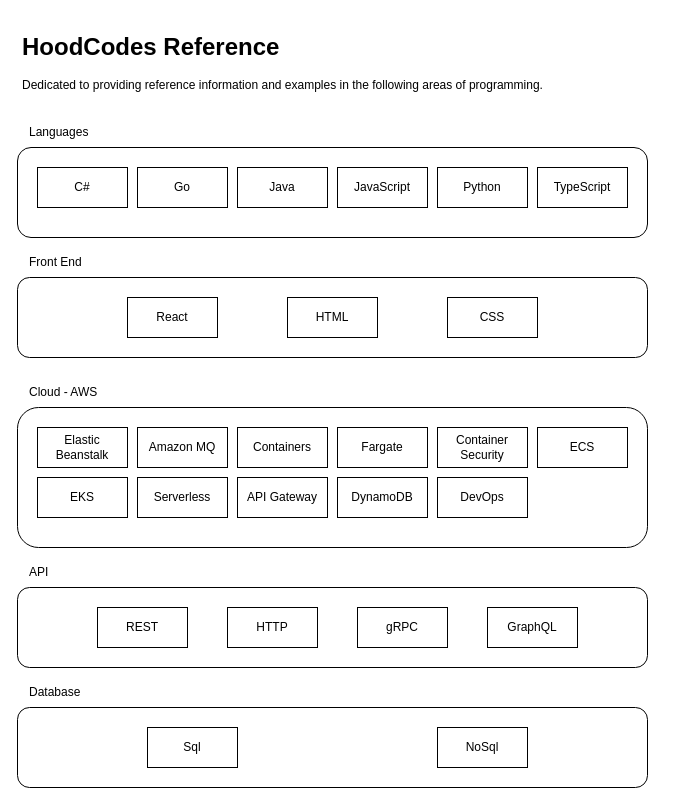
Above: assets/Topics.drawio in hoodcodes/hoodcodes.github.io (draw.io), before the change. Source tidied: cells renumbered, new cells numbered last; positions are measured from the earlier drawing's top-left corner, leaving out a move shared by most shapes. Both pictures are drawn from the tidied source at 100%, with x=0, y=0 at pixel (17, 27).
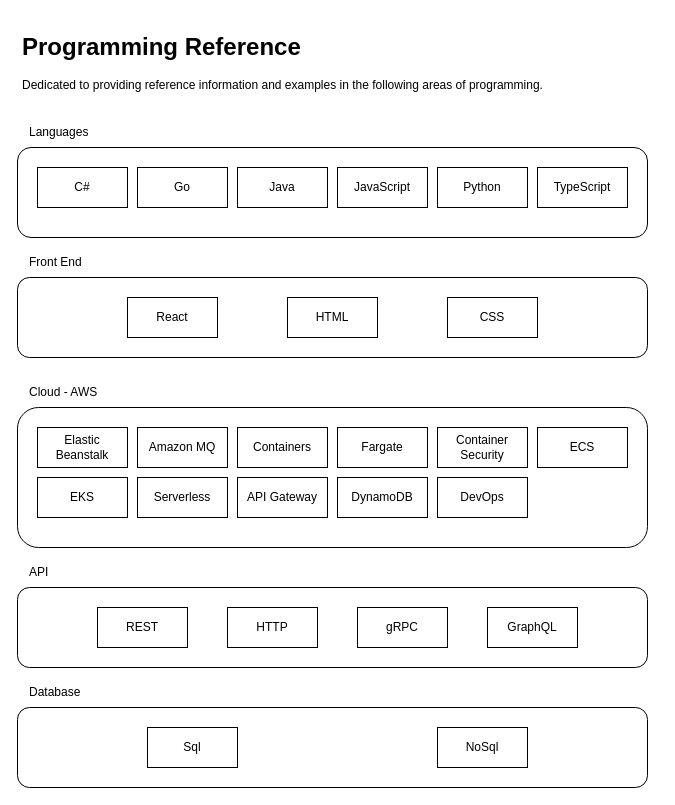
Above is the later version.

Diff of the diagram source:
```diff
@@
-    <mxCell id="3" value="&lt;h1&gt;HoodCodes Reference&lt;/h1&gt;&lt;p&gt;Dedicated to providing reference information and examples in the following areas of programming.&amp;nbsp;&lt;/p&gt;" style="text;html=1;spacing=5;spacingTop=-20;whiteSpace=wrap;overflow=hidden;rounded=0;" parent="1" vertex="1">
+    <mxCell id="3" value="&lt;h1&gt;Programming Reference&lt;/h1&gt;&lt;p&gt;Dedicated to providing reference information and examples in the following areas of programming.&amp;nbsp;&lt;/p&gt;" style="text;html=1;spacing=5;spacingTop=-20;whiteSpace=wrap;overflow=hidden;rounded=0;" parent="1" vertex="1">
       <mxGeometry width="640" height="80" as="geometry" />
     </mxCell>
```
